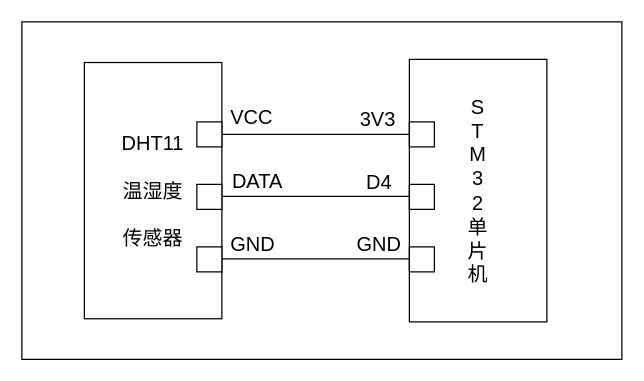
This is DHT11.drawio from zhangruyi3906/img, a draw.io file, before an edit. Source tidied: cells renumbered, new cells numbered last; positions are measured from the earlier drawing's top-left corner, leaving out a move shared by most shapes. Both pictures are drawn from the tidied source at 125%, with x=0, y=0 at pixel (21, 21).
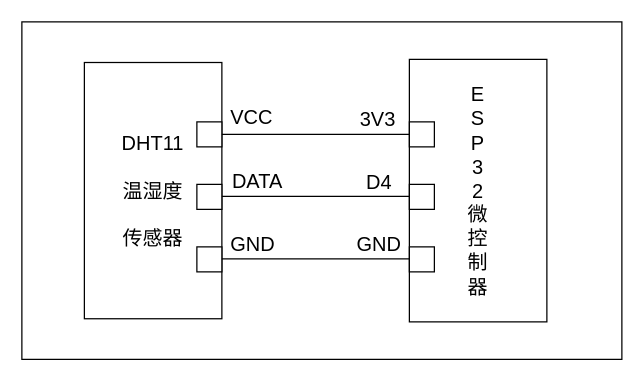
After the change.

Change to the diagram source:
```diff
@@
-    <mxCell id="3" value="&lt;font style=&quot;font-size: 16px;&quot;&gt;S&lt;/font&gt;&lt;div&gt;&lt;font style=&quot;font-size: 16px;&quot;&gt;T&lt;/font&gt;&lt;/div&gt;&lt;div&gt;&lt;font style=&quot;font-size: 16px;&quot;&gt;M&lt;/font&gt;&lt;/div&gt;&lt;div&gt;&lt;font style=&quot;font-size: 16px;&quot;&gt;3&lt;/font&gt;&lt;/div&gt;&lt;div&gt;&lt;font style=&quot;font-size: 16px;&quot;&gt;2&lt;/font&gt;&lt;/div&gt;&lt;div&gt;&lt;font style=&quot;font-size: 16px;&quot;&gt;单&lt;/font&gt;&lt;/div&gt;&lt;div&gt;&lt;font style=&quot;font-size: 16px;&quot;&gt;片&lt;/font&gt;&lt;/div&gt;&lt;div&gt;&lt;font style=&quot;font-size: 16px;&quot;&gt;机&lt;/font&gt;&lt;/div&gt;" style="rounded=0;whiteSpace=wrap;html=1;" parent="1" vertex="1">
+    <mxCell id="3" value="&lt;span style=&quot;font-size: 16px;&quot;&gt;E&lt;/span&gt;&lt;div&gt;&lt;span style=&quot;font-size: 16px;&quot;&gt;S&lt;/span&gt;&lt;/div&gt;&lt;div&gt;&lt;span style=&quot;font-size: 16px;&quot;&gt;P&lt;/span&gt;&lt;/div&gt;&lt;div&gt;&lt;span style=&quot;font-size: 16px;&quot;&gt;3&lt;/span&gt;&lt;/div&gt;&lt;div&gt;&lt;span style=&quot;font-size: 16px;&quot;&gt;2&lt;/span&gt;&lt;/div&gt;&lt;div&gt;&lt;span style=&quot;font-size: 16px;&quot;&gt;微&lt;/span&gt;&lt;/div&gt;&lt;div&gt;&lt;span style=&quot;font-size: 16px;&quot;&gt;控&lt;/span&gt;&lt;/div&gt;&lt;div&gt;&lt;span style=&quot;font-size: 16px;&quot;&gt;制&lt;/span&gt;&lt;/div&gt;&lt;div&gt;&lt;span style=&quot;font-size: 16px;&quot;&gt;器&lt;/span&gt;&lt;/div&gt;" style="rounded=0;whiteSpace=wrap;html=1;" parent="1" vertex="1">
       <mxGeometry x="310" y="30" width="110" height="210" as="geometry" />
     </mxCell>
```
